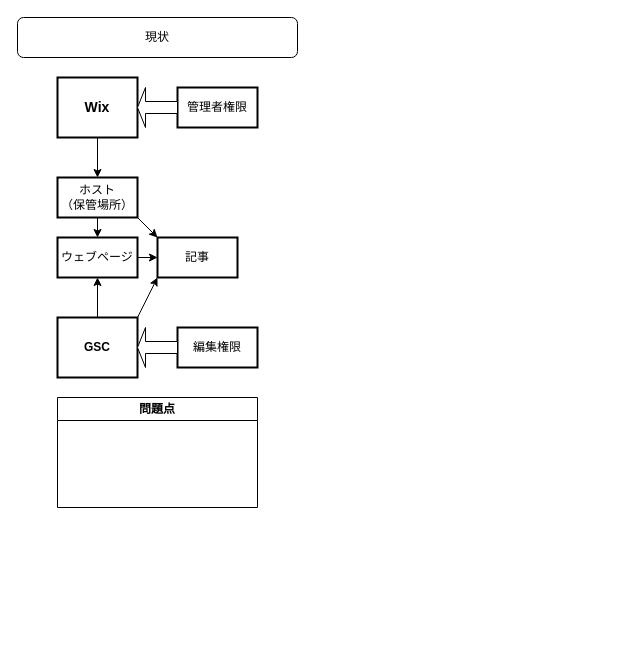
Earlier version of the draw.io diagram Untitled Diagram.drawio (Raymondoor/Public_repo). Source tidied: cells renumbered, new cells numbered last; positions are measured from the earlier drawing's top-left corner, leaving out a move shared by most shapes. Both pictures are drawn from the tidied source at 100%, with x=0, y=0 at pixel (17, 17).
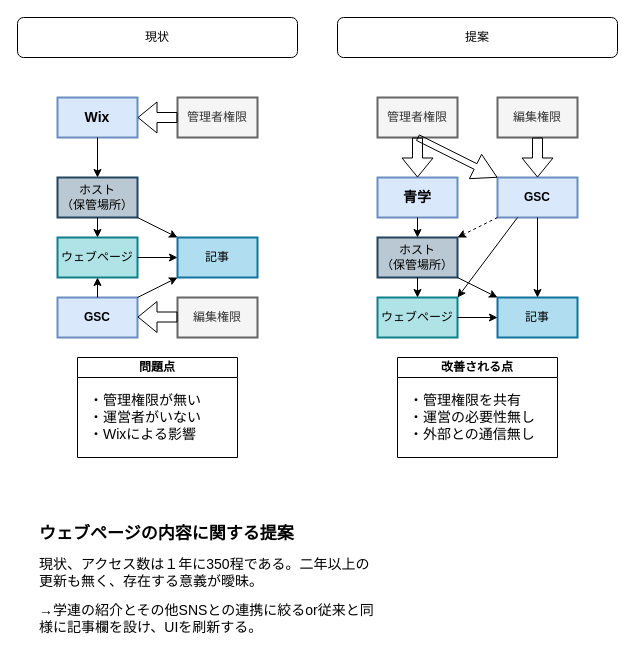
The same page after the edit.

Diff of the diagram source:
```diff
@@
-    <mxCell id="2" value="ウェブページ" style="rounded=0;whiteSpace=wrap;html=1;fillColor=none;strokeWidth=2;align=center;" parent="1" vertex="1">
+    <mxCell id="2" value="ウェブページ" style="rounded=0;whiteSpace=wrap;html=1;fillColor=#b0e3e6;strokeWidth=2;align=center;strokeColor=#0e8088;" parent="1" vertex="1">
       <mxGeometry x="40" y="220" width="80" height="40" as="geometry" />
     </mxCell>
-    <mxCell id="3" value="記事" style="rounded=0;whiteSpace=wrap;html=1;fillColor=none;strokeWidth=2;" parent="1" vertex="1">
-      <mxGeometry x="140" y="220" width="80" height="40" as="geometry" />
+    <mxCell id="3" value="記事" style="rounded=0;whiteSpace=wrap;html=1;fillColor=#b1ddf0;strokeWidth=2;strokeColor=#10739e;" parent="1" vertex="1">
+      <mxGeometry x="160" y="220" width="80" height="40" as="geometry" />
     </mxCell>
-    <mxCell id="4" value="管理者権限" style="rounded=0;whiteSpace=wrap;html=1;fillColor=none;strokeWidth=2;align=center;" parent="1" vertex="1">
-      <mxGeometry x="160" y="70" width="80" height="40" as="geometry" />
+    <mxCell id="4" value="管理者権限" style="rounded=0;whiteSpace=wrap;html=1;fillColor=#f5f5f5;strokeWidth=2;align=center;fontColor=#333333;strokeColor=#666666;" parent="1" vertex="1">
+      <mxGeometry x="160" y="80" width="80" height="40" as="geometry" />
     </mxCell>
-    <mxCell id="5" value="&lt;div&gt;ホスト&lt;/div&gt;&lt;div&gt;（保管場所）&lt;/div&gt;" style="rounded=0;whiteSpace=wrap;html=1;fillColor=none;strokeWidth=2;align=center;" parent="1" vertex="1">
+    <mxCell id="5" value="&lt;div&gt;ホスト&lt;/div&gt;&lt;div&gt;（保管場所）&lt;/div&gt;" style="rounded=0;whiteSpace=wrap;html=1;fillColor=#bac8d3;strokeWidth=2;align=center;strokeColor=#23445d;" parent="1" vertex="1">
       <mxGeometry x="40" y="160" width="80" height="40" as="geometry" />
     </mxCell>
-    <mxCell id="6" value="&lt;b&gt;&lt;font style=&quot;font-size: 14px;&quot;&gt;Wix&lt;/font&gt;&lt;/b&gt;" style="rounded=0;whiteSpace=wrap;html=1;fillColor=none;strokeWidth=2;align=center;" parent="1" vertex="1">
-      <mxGeometry x="40" y="60" width="80" height="60" as="geometry" />
+    <mxCell id="6" value="&lt;b&gt;&lt;font style=&quot;font-size: 14px;&quot;&gt;Wix&lt;/font&gt;&lt;/b&gt;" style="rounded=0;whiteSpace=wrap;html=1;fillColor=#dae8fc;strokeWidth=2;align=center;strokeColor=#6c8ebf;" parent="1" vertex="1">
+      <mxGeometry x="40" y="80" width="80" height="40" as="geometry" />
     </mxCell>
-    <mxCell id="7" value="&lt;b&gt;GSC&lt;/b&gt;" style="rounded=0;whiteSpace=wrap;html=1;fillColor=none;strokeWidth=2;align=center;" parent="1" vertex="1">
-      <mxGeometry x="40" y="300" width="80" height="60" as="geometry" />
+    <mxCell id="7" value="&lt;b&gt;GSC&lt;/b&gt;" style="rounded=0;whiteSpace=wrap;html=1;fillColor=#dae8fc;strokeWidth=2;align=center;strokeColor=#6c8ebf;" parent="1" vertex="1">
+      <mxGeometry x="40" y="280" width="80" height="40" as="geometry" />
     </mxCell>
@@
-    <mxCell id="11" value="編集権限" style="rounded=0;whiteSpace=wrap;html=1;fillColor=none;strokeWidth=2;align=center;" parent="1" vertex="1">
-      <mxGeometry x="160" y="310" width="80" height="40" as="geometry" />
+    <mxCell id="11" value="編集権限" style="rounded=0;whiteSpace=wrap;html=1;fillColor=#f5f5f5;strokeWidth=2;align=center;fontColor=#333333;strokeColor=#666666;" parent="1" vertex="1">
+      <mxGeometry x="160" y="280" width="80" height="40" as="geometry" />
     </mxCell>
@@
-    <mxCell id="15" style="shape=singleArrow;direction=west;whiteSpace=wrap;html=1;" parent="1" vertex="1">
-      <mxGeometry x="120" y="310" width="40" height="40" as="geometry" />
-    </mxCell>
-    <mxCell id="16" style="shape=singleArrow;direction=west;whiteSpace=wrap;html=1;" parent="1" vertex="1">
-      <mxGeometry x="120" y="70" width="40" height="40" as="geometry" />
-    </mxCell>
@@
-    <mxCell id="18" value="問題点" style="swimlane;whiteSpace=wrap;html=1;startSize=23;" parent="1" vertex="1">
-      <mxGeometry x="40" y="380" width="200" height="110" as="geometry" />
+    <mxCell id="18" value="問題点" style="swimlane;whiteSpace=wrap;html=1;startSize=20;" parent="1" vertex="1">
+      <mxGeometry x="60" y="340" width="160" height="100" as="geometry" />
     </mxCell>
+    <mxCell id="19" value="&lt;font style=&quot;font-size: 14px;&quot;&gt;・管理権限が無い&lt;/font&gt;&lt;div style=&quot;font-size: 14px;&quot;&gt;&lt;font style=&quot;font-size: 14px;&quot;&gt;・運営者がいない&lt;/font&gt;&lt;/div&gt;&lt;div style=&quot;font-size: 14px;&quot;&gt;&lt;font style=&quot;font-size: 14px;&quot;&gt;・Wixによる影響&lt;/font&gt;&lt;/div&gt;" style="text;html=1;align=left;verticalAlign=middle;strokeColor=none;fillColor=none;" parent="18" vertex="1">
+      <mxGeometry x="10" y="30" width="140" height="60" as="geometry" />
+    </mxCell>
+    <mxCell id="20" value="ウェブページ" style="rounded=0;whiteSpace=wrap;html=1;fillColor=#b0e3e6;strokeWidth=2;align=center;strokeColor=#0e8088;" parent="1" vertex="1">
+      <mxGeometry x="360" y="280" width="80" height="40" as="geometry" />
+    </mxCell>
+    <mxCell id="21" value="記事" style="rounded=0;whiteSpace=wrap;html=1;fillColor=#b1ddf0;strokeWidth=2;strokeColor=#10739e;" parent="1" vertex="1">
+      <mxGeometry x="480" y="280" width="80" height="40" as="geometry" />
+    </mxCell>
+    <mxCell id="22" value="管理者権限" style="rounded=0;whiteSpace=wrap;html=1;fillColor=#f5f5f5;strokeWidth=2;align=center;fontColor=#333333;strokeColor=#666666;" parent="1" vertex="1">
+      <mxGeometry x="360" y="80" width="80" height="40" as="geometry" />
+    </mxCell>
+    <mxCell id="23" value="&lt;div&gt;ホスト&lt;/div&gt;&lt;div&gt;（保管場所）&lt;/div&gt;" style="rounded=0;whiteSpace=wrap;html=1;fillColor=#bac8d3;strokeWidth=2;align=center;strokeColor=#23445d;" parent="1" vertex="1">
+      <mxGeometry x="360" y="220" width="80" height="40" as="geometry" />
+    </mxCell>
+    <mxCell id="24" value="&lt;b&gt;&lt;font style=&quot;font-size: 14px;&quot;&gt;青学&lt;/font&gt;&lt;/b&gt;" style="rounded=0;whiteSpace=wrap;html=1;fillColor=#dae8fc;strokeWidth=2;align=center;strokeColor=#6c8ebf;" parent="1" vertex="1">
+      <mxGeometry x="360" y="160" width="80" height="40" as="geometry" />
+    </mxCell>
+    <mxCell id="25" value="&lt;b&gt;GSC&lt;/b&gt;" style="rounded=0;whiteSpace=wrap;html=1;fillColor=#dae8fc;strokeWidth=2;align=center;strokeColor=#6c8ebf;" parent="1" vertex="1">
+      <mxGeometry x="480" y="160" width="80" height="40" as="geometry" />
+    </mxCell>
+    <mxCell id="26" value="編集権限" style="rounded=0;whiteSpace=wrap;html=1;fillColor=#f5f5f5;strokeWidth=2;align=center;fontColor=#333333;strokeColor=#666666;" parent="1" vertex="1">
+      <mxGeometry x="480" y="80" width="80" height="40" as="geometry" />
+    </mxCell>
+    <mxCell id="27" value="提案" style="rounded=1;whiteSpace=wrap;html=1;fillColor=none;" parent="1" vertex="1">
+      <mxGeometry x="320" width="280" height="40" as="geometry" />
+    </mxCell>
+    <mxCell id="28" value="改善される点" style="swimlane;whiteSpace=wrap;html=1;startSize=20;" parent="1" vertex="1">
+      <mxGeometry x="380" y="340" width="160" height="100" as="geometry" />
+    </mxCell>
+    <mxCell id="29" value="&lt;font style=&quot;font-size: 14px;&quot;&gt;・管理権限を共有&lt;/font&gt;&lt;div style=&quot;font-size: 14px;&quot;&gt;&lt;font style=&quot;font-size: 14px;&quot;&gt;・運営の必要性無し&lt;/font&gt;&lt;/div&gt;&lt;div style=&quot;font-size: 14px;&quot;&gt;&lt;font style=&quot;font-size: 14px;&quot;&gt;・外部との通信無し&lt;/font&gt;&lt;/div&gt;" style="text;html=1;align=left;verticalAlign=middle;strokeColor=none;fillColor=none;" parent="28" vertex="1">
+      <mxGeometry x="10" y="30" width="150" height="60" as="geometry" />
+    </mxCell>
+    <mxCell id="30" style="shape=flexArrow;endArrow=classic;html=1;rounded=0;exitX=0;exitY=0.5;exitDx=0;exitDy=0;entryX=1;entryY=0.5;entryDx=0;entryDy=0;" parent="1" edge="1" source="4" target="6">
+      <mxGeometry relative="1" as="geometry" />
+    </mxCell>
+    <mxCell id="31" style="shape=flexArrow;endArrow=classic;html=1;rounded=0;exitX=0;exitY=0.5;exitDx=0;exitDy=0;entryX=1;entryY=0.5;entryDx=0;entryDy=0;" parent="1" edge="1">
+      <mxGeometry relative="1" as="geometry">
+        <mxPoint x="160" y="299.5" as="sourcePoint" />
+        <mxPoint x="120" y="299.5" as="targetPoint" />
+      </mxGeometry>
+    </mxCell>
+    <mxCell id="32" style="shape=flexArrow;endArrow=classic;html=1;rounded=0;exitX=0.5;exitY=1;exitDx=0;exitDy=0;entryX=0.5;entryY=0;entryDx=0;entryDy=0;" parent="1" edge="1" source="22" target="24">
+      <mxGeometry relative="1" as="geometry" />
+    </mxCell>
+    <mxCell id="33" style="shape=flexArrow;endArrow=classic;html=1;rounded=0;exitX=0.5;exitY=1;exitDx=0;exitDy=0;entryX=0.5;entryY=0;entryDx=0;entryDy=0;" parent="1" edge="1">
+      <mxGeometry relative="1" as="geometry">
+        <mxPoint x="520" y="120" as="sourcePoint" />
+        <mxPoint x="520" y="160" as="targetPoint" />
+      </mxGeometry>
+    </mxCell>
+    <mxCell id="34" style="shape=flexArrow;endArrow=classic;html=1;rounded=0;entryX=0;entryY=0;entryDx=0;entryDy=0;width=6.19047619047619;endSize=7.69047619047619;" parent="1" edge="1" target="25">
+      <mxGeometry relative="1" as="geometry">
+        <mxPoint x="400" y="120" as="sourcePoint" />
+      </mxGeometry>
+    </mxCell>
+    <mxCell id="35" style="endArrow=classic;html=1;rounded=0;exitX=0.5;exitY=1;exitDx=0;exitDy=0;entryX=0.5;entryY=0;entryDx=0;entryDy=0;" parent="1" edge="1" source="24" target="23">
+      <mxGeometry relative="1" as="geometry" />
+    </mxCell>
+    <mxCell id="36" style="endArrow=classic;html=1;rounded=0;dashed=1;exitX=0;exitY=1;exitDx=0;exitDy=0;entryX=1;entryY=0;entryDx=0;entryDy=0;" parent="1" edge="1" source="25" target="23">
+      <mxGeometry relative="1" as="geometry" />
+    </mxCell>
+    <mxCell id="37" style="endArrow=classic;html=1;rounded=0;exitX=0.5;exitY=1;exitDx=0;exitDy=0;" parent="1" edge="1" source="23" target="20">
+      <mxGeometry relative="1" as="geometry" />
+    </mxCell>
+    <mxCell id="38" style="endArrow=classic;html=1;rounded=0;exitX=1;exitY=1;exitDx=0;exitDy=0;entryX=0;entryY=0;entryDx=0;entryDy=0;" parent="1" edge="1" source="23" target="21">
+      <mxGeometry relative="1" as="geometry" />
+    </mxCell>
+    <mxCell id="39" style="endArrow=classic;html=1;rounded=0;exitX=0.5;exitY=1;exitDx=0;exitDy=0;entryX=0.5;entryY=0;entryDx=0;entryDy=0;" parent="1" edge="1" source="25" target="21">
+      <mxGeometry relative="1" as="geometry" />
+    </mxCell>
+    <mxCell id="40" style="endArrow=classic;html=1;rounded=0;exitX=0.25;exitY=1;exitDx=0;exitDy=0;entryX=1;entryY=0;entryDx=0;entryDy=0;" parent="1" edge="1" source="25" target="20">
+      <mxGeometry relative="1" as="geometry" />
+    </mxCell>
+    <mxCell id="41" style="endArrow=classic;html=1;rounded=0;entryX=0;entryY=0.5;entryDx=0;entryDy=0;exitX=1;exitY=0.5;exitDx=0;exitDy=0;" parent="1" edge="1" source="20" target="21">
+      <mxGeometry relative="1" as="geometry" />
+    </mxCell>
+    <mxCell id="42" value="&lt;h1 style=&quot;margin-top: 0px; font-size: 17px;&quot;&gt;&lt;font style=&quot;font-size: 17px;&quot;&gt;ウェブページの内容に関する提案&lt;/font&gt;&lt;/h1&gt;&lt;p style=&quot;&quot;&gt;&lt;font style=&quot;font-size: 14px;&quot;&gt;現状、アクセス数は１年に350程である。二年以上の更新も無く、存在する意義が曖昧。&lt;/font&gt;&lt;/p&gt;&lt;p style=&quot;&quot;&gt;&lt;font style=&quot;font-size: 14px;&quot;&gt;→学連の紹介とその他SNSとの連携に絞るor従来と同様に記事欄を設け、UIを刷新する。&lt;/font&gt;&lt;/p&gt;" style="text;html=1;whiteSpace=wrap;overflow=hidden;rounded=0;" parent="1" vertex="1">
+      <mxGeometry x="20" y="500" width="340" height="120" as="geometry" />
+    </mxCell>
```
